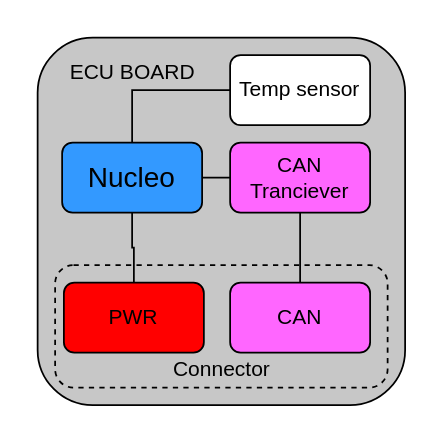
Above: Block diagrams/nucleo_motherboard.drawio in Mojitas/MUST-Autonics (draw.io), before the change. Source tidied: cells renumbered, new cells numbered last; positions are measured from the earlier drawing's top-left corner, leaving out a move shared by most shapes. Both pictures are drawn from the tidied source at 175%, with x=0, y=0 at pixel (37, 37).
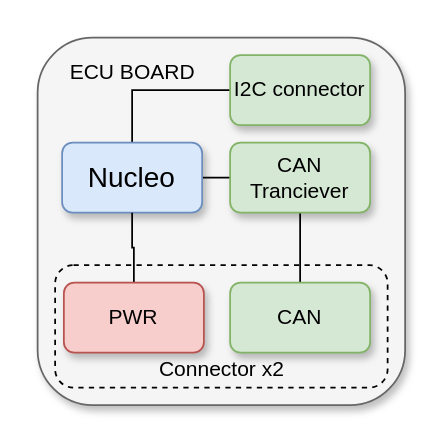
The same page after the edit.

Change to the diagram source:
```diff
@@
 <mxGraphModel>
   <root>
     <mxCell id="0" />
     <mxCell id="1" parent="0" />
-    <mxCell id="2" style="rounded=1;whiteSpace=wrap;html=1;fillColor=#C7C7C7;" parent="1" vertex="1">
+    <mxCell id="2" style="rounded=1;whiteSpace=wrap;html=1;fillColor=#f5f5f5;fontColor=#333333;strokeColor=#666666;shadow=1;" parent="1" vertex="1">
       <mxGeometry width="210" height="210" as="geometry" />
     </mxCell>
     <mxCell id="3" style="rounded=1;whiteSpace=wrap;html=1;fillColor=none;dashed=1;" parent="1" vertex="1">
       <mxGeometry x="10" y="130" width="190" height="70" as="geometry" />
     </mxCell>
     <mxCell id="4" style="edgeStyle=orthogonalEdgeStyle;rounded=0;jettySize=auto;html=1;exitX=0.5;exitY=0;exitDx=0;exitDy=0;entryX=0;entryY=0.5;entryDx=0;entryDy=0;endArrow=none;endFill=0;" parent="1" edge="1" source="6" target="7">
       <mxGeometry relative="1" as="geometry" />
     </mxCell>
     <mxCell id="5" style="edgeStyle=orthogonalEdgeStyle;rounded=0;jettySize=auto;html=1;exitX=1;exitY=0.5;exitDx=0;exitDy=0;entryX=0;entryY=0.5;entryDx=0;entryDy=0;endArrow=none;endFill=0;" parent="1" edge="1" source="6" target="9">
       <mxGeometry relative="1" as="geometry" />
     </mxCell>
-    <mxCell id="6" value="&lt;font style=&quot;font-size: 16px&quot;&gt;Nucleo&lt;/font&gt;" style="rounded=1;whiteSpace=wrap;html=1;fillColor=#3399FF;" parent="1" vertex="1">
+    <mxCell id="6" value="&lt;font style=&quot;font-size: 16px&quot;&gt;Nucleo&lt;/font&gt;" style="rounded=1;whiteSpace=wrap;html=1;fillColor=#dae8fc;strokeColor=#6c8ebf;shadow=1;" parent="1" vertex="1">
       <mxGeometry x="14" y="60" width="80" height="40" as="geometry" />
     </mxCell>
-    <mxCell id="7" value="Temp sensor" style="rounded=1;whiteSpace=wrap;html=1;fillColor=#FFFFFF;" parent="1" vertex="1">
+    <mxCell id="7" value="I2C connector" style="rounded=1;whiteSpace=wrap;html=1;fillColor=#d5e8d4;strokeColor=#82b366;shadow=1;" parent="1" vertex="1">
       <mxGeometry x="110" y="10" width="80" height="40" as="geometry" />
     </mxCell>
     <mxCell id="8" style="edgeStyle=orthogonalEdgeStyle;rounded=0;jettySize=auto;html=1;exitX=0.5;exitY=1;exitDx=0;exitDy=0;entryX=0.5;entryY=0;entryDx=0;entryDy=0;endArrow=none;endFill=0;" parent="1" edge="1" source="9" target="12">
       <mxGeometry relative="1" as="geometry" />
     </mxCell>
-    <mxCell id="9" value="CAN Tranciever" style="rounded=1;whiteSpace=wrap;html=1;fillColor=#FF66FF;" parent="1" vertex="1">
+    <mxCell id="9" value="CAN Tranciever" style="rounded=1;whiteSpace=wrap;html=1;fillColor=#d5e8d4;strokeColor=#82b366;shadow=1;" parent="1" vertex="1">
       <mxGeometry x="110" y="60" width="80" height="40" as="geometry" />
     </mxCell>
     <mxCell id="10" style="edgeStyle=orthogonalEdgeStyle;rounded=0;jettySize=auto;html=1;entryX=0.5;entryY=1;entryDx=0;entryDy=0;exitX=0.5;exitY=0;exitDx=0;exitDy=0;endArrow=none;endFill=0;" parent="1" edge="1" source="11" target="6">
       <mxGeometry relative="1" as="geometry" />
     </mxCell>
-    <mxCell id="11" value="PWR" style="rounded=1;whiteSpace=wrap;html=1;fillColor=#FF0000;" parent="1" vertex="1">
+    <mxCell id="11" value="PWR" style="rounded=1;whiteSpace=wrap;html=1;fillColor=#f8cecc;strokeColor=#b85450;shadow=1;" parent="1" vertex="1">
       <mxGeometry x="15" y="140" width="80" height="40" as="geometry" />
     </mxCell>
-    <mxCell id="12" value="CAN" style="rounded=1;whiteSpace=wrap;html=1;fillColor=#FF66FF;" parent="1" vertex="1">
+    <mxCell id="12" value="CAN" style="rounded=1;whiteSpace=wrap;html=1;fillColor=#d5e8d4;strokeColor=#82b366;shadow=1;" parent="1" vertex="1">
       <mxGeometry x="110" y="140" width="80" height="40" as="geometry" />
     </mxCell>
     <mxCell id="13" value="ECU BOARD" style="text;html=1;align=center;verticalAlign=middle;" parent="1" vertex="1">
       <mxGeometry x="9" y="10" width="90" height="20" as="geometry" />
     </mxCell>
-    <mxCell id="14" value="Connector" style="text;html=1;align=center;verticalAlign=middle;" parent="1" vertex="1">
-      <mxGeometry x="70" y="180" width="70" height="20" as="geometry" />
+    <mxCell id="14" value="Connector x2" style="text;html=1;align=center;verticalAlign=middle;" parent="1" vertex="1">
+      <mxGeometry x="60" y="180" width="90" height="20" as="geometry" />
     </mxCell>
   </root>
 </mxGraphModel>
```
